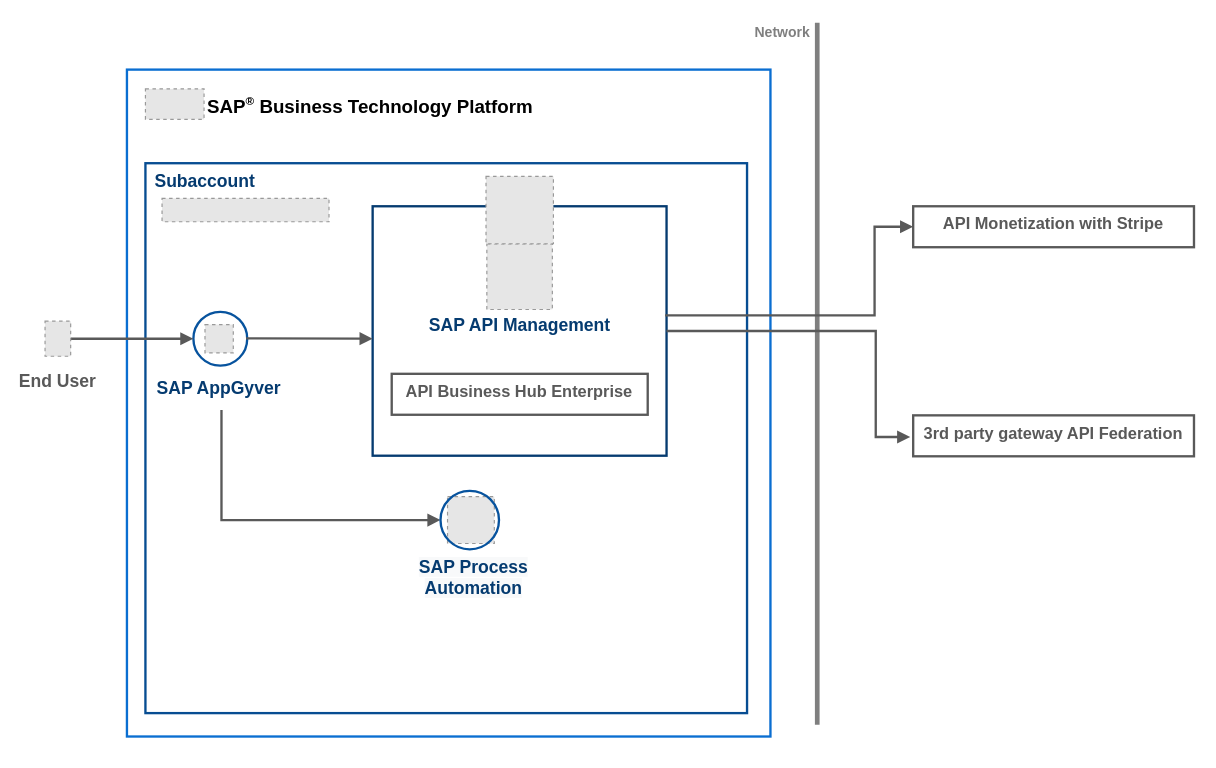
Before: images/dev_portal_solution_diagram.drawio in SAP-samples/btp-create-api-integrations, a draw.io diagram. Source tidied: cells renumbered, new cells numbered last; positions are measured from the earlier drawing's top-left corner, leaving out a move shared by most shapes. Both pictures are drawn from the tidied source at 117%, with x=0, y=0 at pixel (44, 22). Pictures stored in the file or linked from it are replaced by grey dashed boxes.
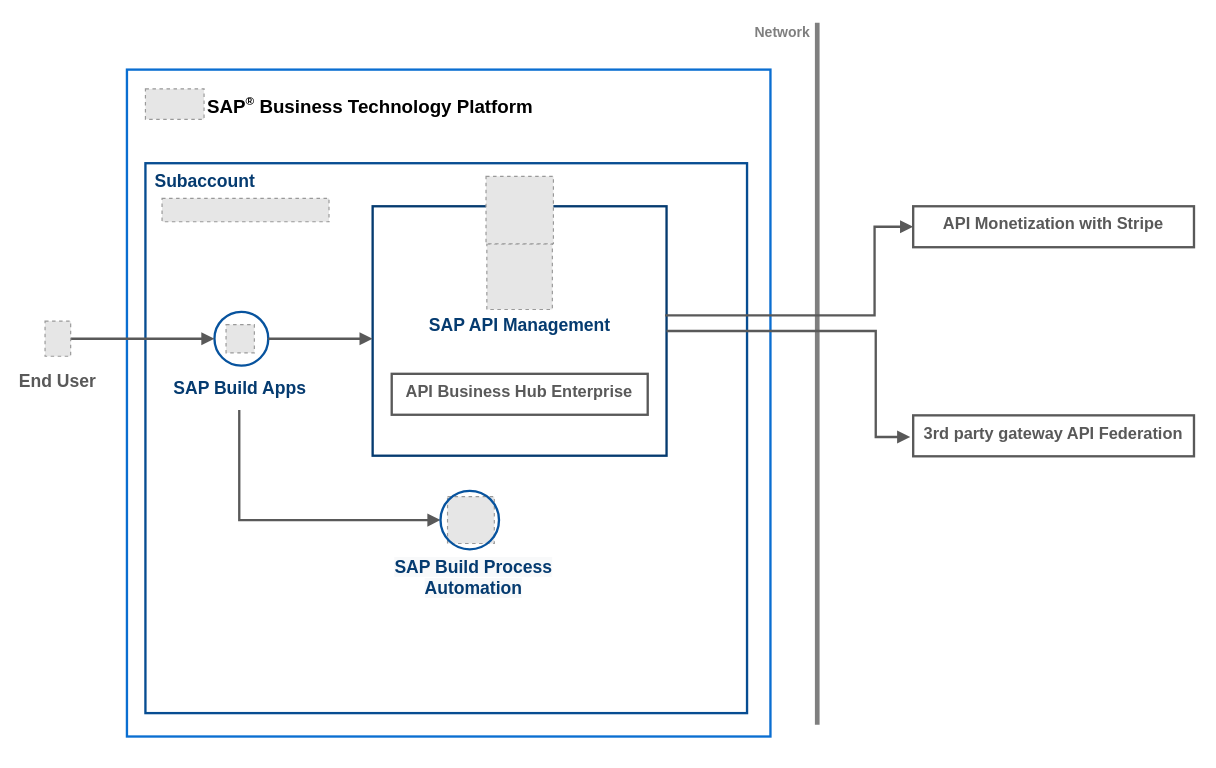
The same diagram, later.

Commit message (it also covers changes not shown here):
Update product names for SAP Build

The change refers to these unchanged cells:
```xml
<mxCell id="4" value="&lt;p style=&quot;margin-top: 0pt; margin-bottom: 0pt; margin-left: 0in; direction: ltr; unicode-bidi: embed; word-break: normal; font-size: 15px;&quot;&gt;&lt;b style=&quot;font-size: 15px;&quot;&gt;Subaccount&lt;/b&gt;&lt;/p&gt;" style="rounded=0;whiteSpace=wrap;html=1;strokeColor=#074D92;strokeWidth=2;fillColor=none;align=left;verticalAlign=top;fontSize=15;fontFamily=Arial;fontColor=#053B70;spacingLeft=6;" parent="3" vertex="1">
  <mxGeometry x="15.8" y="80" width="514.2" height="470" as="geometry" />
</mxCell>
<mxCell id="15" style="ellipse;whiteSpace=wrap;html=1;fontSize=15;fontColor=#053B70;fillColor=none;strokeWidth=2;strokeColor=#07539E;" parent="14" vertex="1">
  <mxGeometry x="1" width="46" height="46" as="geometry" />
</mxCell>
<mxCell id="22" style="group;" parent="4" vertex="1">
  <mxGeometry x="212.2" y="280" width="136.5" height="90" as="geometry" />
</mxCell>
<mxCell id="26" style="ellipse;whiteSpace=wrap;html=1;fontSize=15;fontColor=#053B70;fillColor=none;strokeWidth=2;strokeColor=#07539E;" parent="24" vertex="1">
  <mxGeometry width="50" height="50" as="geometry" />
</mxCell>
```

Diff of the diagram source:
```diff
@@
-<mxGraphModel>
+<mxGraphModel background="#FFFFFF">
@@
-    <mxCell id="14" value="SAP AppGyver" style="group;labelPosition=center;verticalLabelPosition=bottom;align=center;verticalAlign=middle;spacingBottom=0;fontSize=15;fontColor=#053B70;fontStyle=1;spacingTop=-10;" parent="4" vertex="1">
-      <mxGeometry x="40" y="127" width="46" height="46" as="geometry" />
+    <mxCell id="14" value="SAP Build Apps" style="group;labelPosition=center;verticalLabelPosition=bottom;align=center;verticalAlign=middle;spacingBottom=0;fontSize=15;fontColor=#053B70;fontStyle=1;spacingTop=-10;" parent="4" vertex="1">
+      <mxGeometry x="58" y="127" width="46" height="46" as="geometry" />
     </mxCell>
@@
-    <mxCell id="18" style="endArrow=block;html=1;strokeWidth=2;fontSize=16;fontColor=#595959;strokeColor=#595959;endFill=1;startArrow=none;exitX=1;exitY=0.5;exitDx=0;exitDy=0;" parent="4" edge="1">
+    <mxCell id="18" style="endArrow=block;html=1;strokeWidth=2;fontSize=16;fontColor=#595959;strokeColor=#595959;endFill=1;startArrow=none;exitX=1;exitY=0.5;exitDx=0;exitDy=0;" parent="4" edge="1" source="15">
       <mxGeometry relative="1" as="geometry">
-        <mxPoint x="86" y="149.7" as="sourcePoint" />
         <mxPoint x="194.2" y="150" as="targetPoint" />
       </mxGeometry>
     </mxCell>
     <mxCell id="19" style="rounded=0;jettySize=auto;html=1;fontColor=#FFFFFF;strokeColor=#595959;endArrow=block;endFill=1;strokeWidth=2;labelBackgroundColor=#ffffff;endSize=6;startSize=6;jumpSize=6;edgeStyle=orthogonalEdgeStyle;entryX=0;entryY=0.5;entryDx=0;entryDy=0;" parent="4" edge="1" target="26">
       <mxGeometry x="-1379.8" y="-310.4" as="geometry">
-        <mxPoint x="65" y="211" as="sourcePoint" />
+        <mxPoint x="80.2" y="211" as="sourcePoint" />
         <Array as="points">
-          <mxPoint x="65" y="305" />
+          <mxPoint x="80" y="211" />
+          <mxPoint x="80" y="305" />
         </Array>
       </mxGeometry>
     </mxCell>
@@
-    <mxCell id="23" value="&lt;b style=&quot;color: rgb(5, 59, 112); font-family: Helvetica; font-size: 15px; font-style: normal; font-variant-ligatures: normal; font-variant-caps: normal; letter-spacing: normal; orphans: 2; text-indent: 0px; text-transform: none; widows: 2; word-spacing: 0px; -webkit-text-stroke-width: 0px; background-color: rgb(248, 249, 250); text-decoration-thickness: initial; text-decoration-style: initial; text-decoration-color: initial;&quot;&gt;SAP Process &lt;br&gt;Automation&lt;/b&gt;" style="text;whiteSpace=wrap;html=1;fontSize=15;align=center;" parent="22" vertex="1">
-      <mxGeometry y="50" width="136.5" height="40" as="geometry" />
+    <mxCell id="23" value="&lt;b style=&quot;color: rgb(5 , 59 , 112) ; font-family: &amp;#34;helvetica&amp;#34; ; font-size: 15px ; font-style: normal ; letter-spacing: normal ; text-indent: 0px ; text-transform: none ; word-spacing: 0px ; background-color: rgb(248 , 249 , 250)&quot;&gt;SAP Build Process &lt;br&gt;Automation&lt;/b&gt;" style="text;whiteSpace=wrap;html=1;fontSize=15;align=center;" parent="22" vertex="1">
+      <mxGeometry x="-15" y="50" width="166.5" height="40" as="geometry" />
     </mxCell>
```
